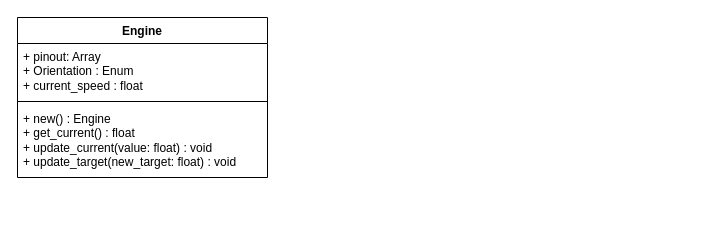
Before: doc/ClassDiagramm.drawio in Bl8nk20/drone, a draw.io diagram. Source tidied: cells renumbered, new cells numbered last; positions are measured from the earlier drawing's top-left corner, leaving out a move shared by most shapes. Both pictures are drawn from the tidied source at 100%, with x=0, y=0 at pixel (17, 17).
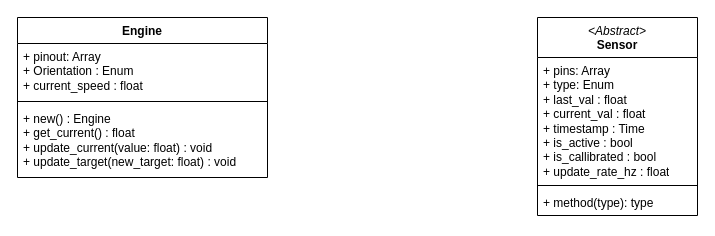
The same page after the edit.

Commit message:
started with the abstract sensor struct/class

Change to the diagram source:
```diff
@@
 <mxGraphModel>
   <root>
     <mxCell id="0" />
     <mxCell id="1" parent="0" />
     <mxCell id="2" value="Engine" style="swimlane;fontStyle=1;align=center;verticalAlign=top;horizontal=1;startSize=26;whiteSpace=wrap;html=1;" parent="1" vertex="1">
       <mxGeometry width="250" height="160" as="geometry" />
     </mxCell>
     <mxCell id="3" value="+ pinout: Array&lt;div&gt;+ Orientation : Enum&lt;/div&gt;&lt;div&gt;+ current_speed : float&lt;/div&gt;" style="text;strokeColor=none;fillColor=none;align=left;verticalAlign=top;spacingLeft=4;spacingRight=4;overflow=hidden;whiteSpace=wrap;html=1;" parent="2" vertex="1">
       <mxGeometry y="26" width="250" height="54" as="geometry" />
     </mxCell>
     <mxCell id="4" style="line;strokeWidth=1;fillColor=none;align=left;verticalAlign=middle;spacingTop=-1;spacingLeft=3;spacingRight=3;labelPosition=right;strokeColor=inherit;" parent="2" vertex="1">
       <mxGeometry y="80" width="250" height="8" as="geometry" />
     </mxCell>
     <mxCell id="5" value="+ new() : Engine&lt;div&gt;+ get_current() : float&lt;/div&gt;&lt;div&gt;+ update_current(value: float) : void&lt;/div&gt;&lt;div&gt;+ update_target(new_target: float) : void&lt;/div&gt;" style="text;strokeColor=none;fillColor=none;align=left;verticalAlign=top;spacingLeft=4;spacingRight=4;overflow=hidden;whiteSpace=wrap;html=1;" parent="2" vertex="1">
       <mxGeometry y="88" width="250" height="72" as="geometry" />
     </mxCell>
+    <mxCell id="6" value="&lt;span style=&quot;font-weight: normal;&quot;&gt;&lt;i&gt;&amp;lt;Abstract&amp;gt;&lt;/i&gt;&lt;/span&gt;&lt;div&gt;Sensor&lt;/div&gt;" style="swimlane;fontStyle=1;align=center;verticalAlign=top;horizontal=1;startSize=40;whiteSpace=wrap;html=1;" parent="1" vertex="1">
+      <mxGeometry x="520" width="160" height="198" as="geometry" />
+    </mxCell>
+    <mxCell id="7" value="+ pins: Array&lt;div&gt;+ type: Enum&lt;/div&gt;&lt;div&gt;+ last_val : float&lt;/div&gt;&lt;div&gt;+ current_val : float&lt;/div&gt;&lt;div&gt;+ timestamp : Time&lt;/div&gt;&lt;div&gt;+ is_active : bool&lt;/div&gt;&lt;div&gt;+ is_callibrated : bool&lt;/div&gt;&lt;div&gt;+ update_rate_hz : float&lt;/div&gt;" style="text;strokeColor=none;fillColor=none;align=left;verticalAlign=top;spacingLeft=4;spacingRight=4;overflow=hidden;whiteSpace=wrap;html=1;" parent="6" vertex="1">
+      <mxGeometry y="40" width="160" height="124" as="geometry" />
+    </mxCell>
+    <mxCell id="8" style="line;strokeWidth=1;fillColor=none;align=left;verticalAlign=middle;spacingTop=-1;spacingLeft=3;spacingRight=3;labelPosition=right;strokeColor=inherit;" parent="6" vertex="1">
+      <mxGeometry y="164" width="160" height="8" as="geometry" />
+    </mxCell>
+    <mxCell id="9" value="+ method(type): type" style="text;strokeColor=none;fillColor=none;align=left;verticalAlign=top;spacingLeft=4;spacingRight=4;overflow=hidden;whiteSpace=wrap;html=1;" parent="6" vertex="1">
+      <mxGeometry y="172" width="160" height="26" as="geometry" />
+    </mxCell>
   </root>
 </mxGraphModel>
```
